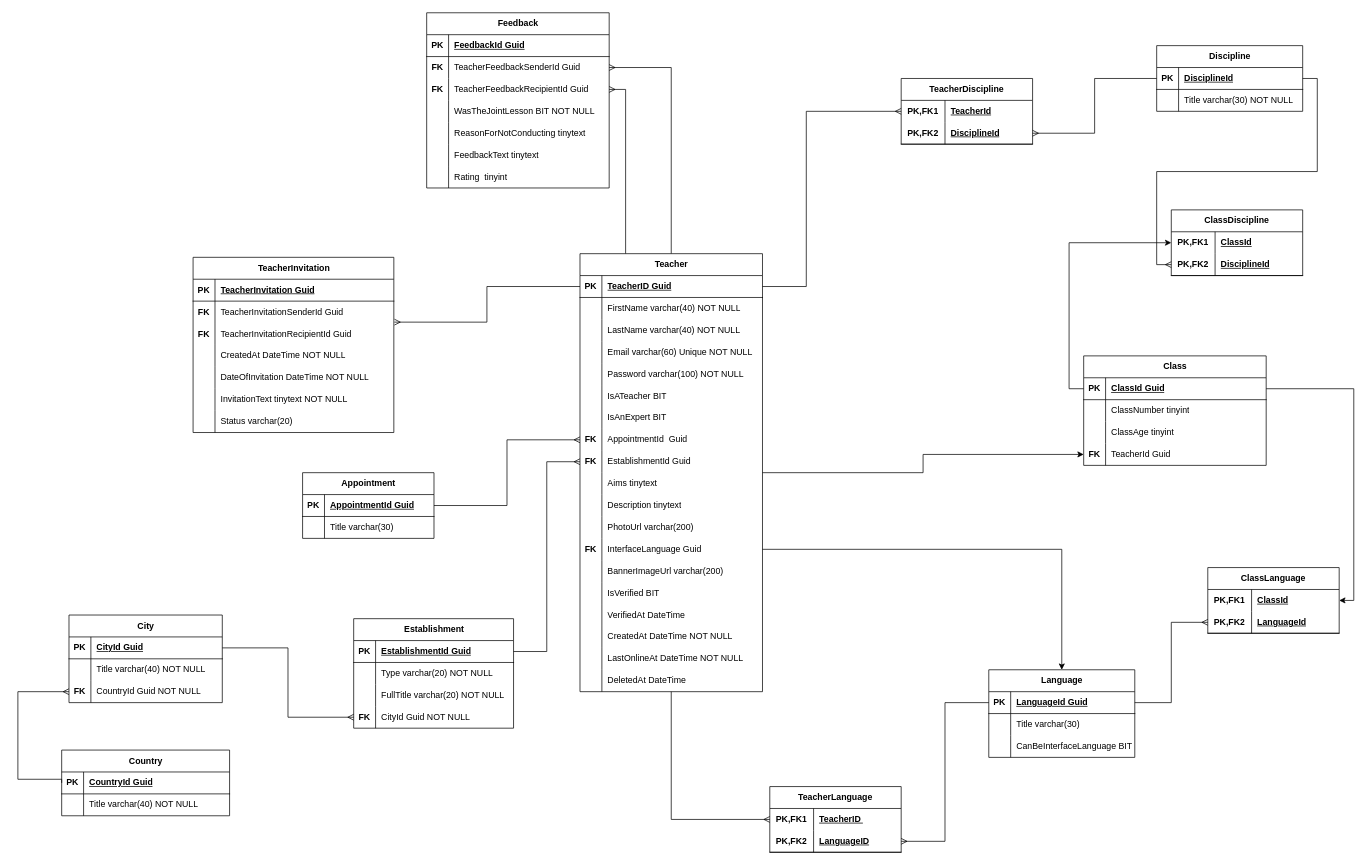
Earlier version of the draw.io diagram General provisions/диаграмма_сущностей.drawio (AlesBan/wonderworld). Source tidied: cells renumbered, new cells numbered last; positions are measured from the earlier drawing's top-left corner, leaving out a move shared by most shapes. Both pictures are drawn from the tidied source at 73%, with x=0, y=0 at pixel (18, 12).
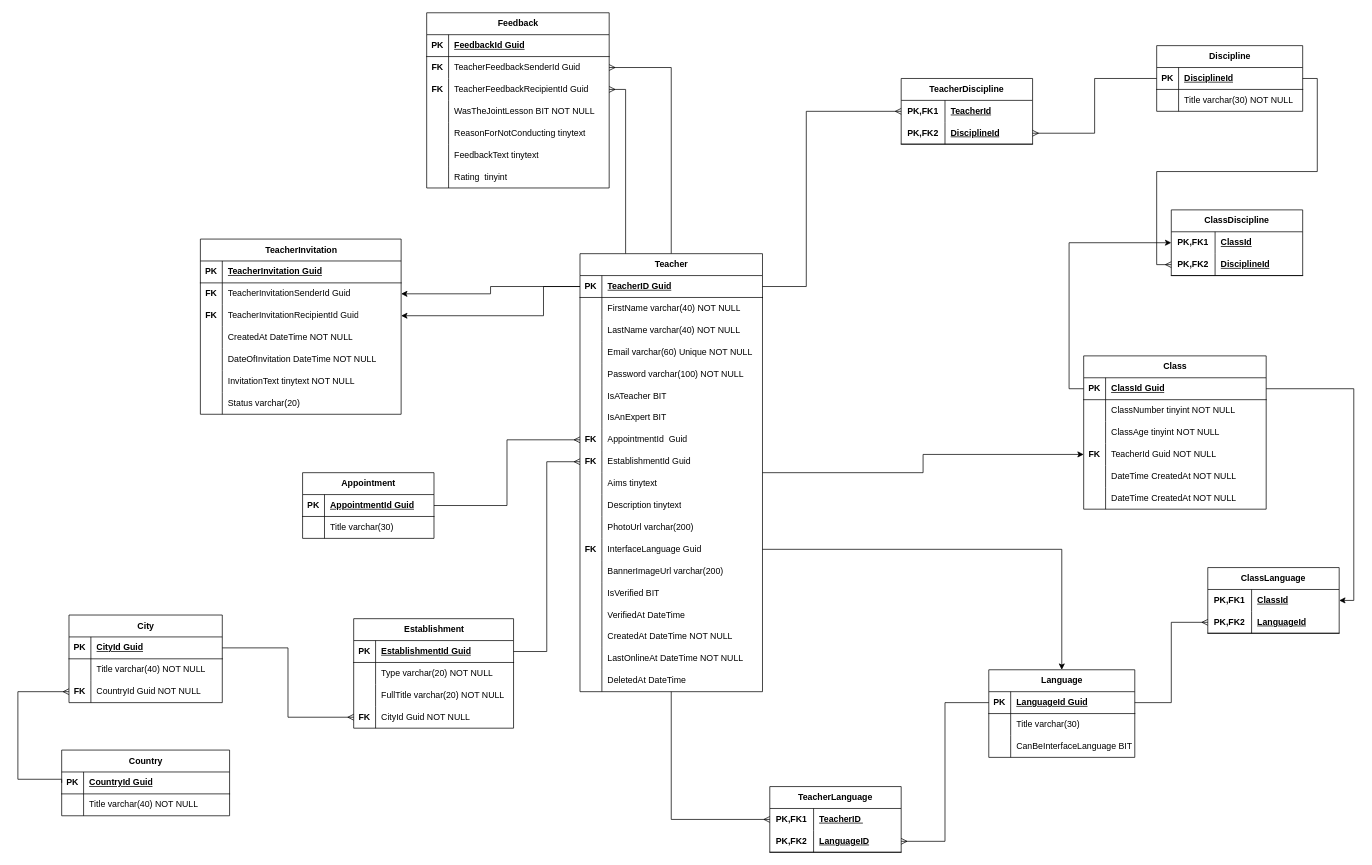
The same diagram, later.

The change refers to these unchanged cells:
```xml
<mxCell id="7" style="shape=tableRow;horizontal=0;startSize=0;swimlaneHead=0;swimlaneBody=0;fillColor=none;points=[[0,0.5],[1,0.5]];portConstraint=eastwest;top=0;left=0;right=0;bottom=1;strokeWidth=1;" parent="6" vertex="1">
  <mxGeometry y="30" width="250" height="30" as="geometry" />
</mxCell>
<mxCell id="68" style="shape=tableRow;horizontal=0;startSize=0;swimlaneHead=0;swimlaneBody=0;fillColor=none;top=0;left=0;right=0;bottom=0;strokeWidth=1;" parent="64" vertex="1">
  <mxGeometry y="60" width="250" height="30" as="geometry" />
</mxCell>
<mxCell id="71" style="shape=tableRow;horizontal=0;startSize=0;swimlaneHead=0;swimlaneBody=0;fillColor=none;top=0;left=0;right=0;bottom=0;strokeWidth=1;" parent="64" vertex="1">
  <mxGeometry y="90" width="250" height="30" as="geometry" />
</mxCell>
<mxCell id="74" style="shape=tableRow;horizontal=0;startSize=0;swimlaneHead=0;swimlaneBody=0;fillColor=none;points=[[0,0.5],[1,0.5]];portConstraint=eastwest;top=0;left=0;right=0;bottom=0;strokeWidth=1;" parent="64" vertex="1">
  <mxGeometry y="120" width="250" height="30" as="geometry" />
</mxCell>
<mxCell id="195" style="shape=tableRow;horizontal=0;startSize=0;swimlaneHead=0;swimlaneBody=0;fillColor=none;points=[[0,0.5],[1,0.5]];portConstraint=eastwest;top=0;left=0;right=0;bottom=0;" parent="191" vertex="1">
  <mxGeometry y="60" width="275" height="30" as="geometry" />
</mxCell>
<mxCell id="198" style="shape=tableRow;horizontal=0;startSize=0;swimlaneHead=0;swimlaneBody=0;fillColor=none;points=[[0,0.5],[1,0.5]];portConstraint=eastwest;top=0;left=0;right=0;bottom=0;" parent="191" vertex="1">
  <mxGeometry y="90" width="275" height="30" as="geometry" />
</mxCell>
```

Diff of the diagram source:
```diff
@@
     <mxCell id="64" value="Class" style="shape=table;startSize=30;childLayout=tableLayout;rowLines=0;fontStyle=1;align=center;html=1;strokeWidth=1;" parent="1" vertex="1">
-      <mxGeometry x="1460" y="470" width="250" height="150" as="geometry" />
+      <mxGeometry x="1460" y="470" width="250" height="210" as="geometry" />
     </mxCell>
@@
-    <mxCell id="70" value="ClassNumber tinyint" style="shape=partialRectangle;fillColor=none;top=0;left=0;bottom=0;right=0;align=left;spacingLeft=6;overflow=hidden;whiteSpace=wrap;html=1;strokeWidth=1;" parent="68" vertex="1">
+    <mxCell id="70" value="ClassNumber tinyint NOT NULL" style="shape=partialRectangle;fillColor=none;top=0;left=0;bottom=0;right=0;align=left;spacingLeft=6;overflow=hidden;whiteSpace=wrap;html=1;strokeWidth=1;" parent="68" vertex="1">
       <mxGeometry x="30" width="220" height="30" as="geometry" />
     </mxCell>
@@
-    <mxCell id="73" value="ClassAge tinyint" style="shape=partialRectangle;fillColor=none;top=0;left=0;bottom=0;right=0;align=left;spacingLeft=6;overflow=hidden;whiteSpace=wrap;html=1;strokeWidth=1;" parent="71" vertex="1">
+    <mxCell id="73" value="ClassAge tinyint NOT NULL" style="shape=partialRectangle;fillColor=none;top=0;left=0;bottom=0;right=0;align=left;spacingLeft=6;overflow=hidden;whiteSpace=wrap;html=1;strokeWidth=1;" parent="71" vertex="1">
       <mxGeometry x="30" width="220" height="30" as="geometry" />
     </mxCell>
@@
-    <mxCell id="76" value="TeacherId Guid" style="shape=partialRectangle;fillColor=none;top=0;left=0;bottom=0;right=0;align=left;spacingLeft=6;overflow=hidden;whiteSpace=wrap;html=1;strokeWidth=1;" parent="74" vertex="1">
+    <mxCell id="76" value="TeacherId Guid NOT NULL" style="shape=partialRectangle;fillColor=none;top=0;left=0;bottom=0;right=0;align=left;spacingLeft=6;overflow=hidden;whiteSpace=wrap;html=1;strokeWidth=1;" parent="74" vertex="1">
       <mxGeometry x="30" width="220" height="30" as="geometry" />
     </mxCell>
+    <mxCell id="216" style="shape=tableRow;horizontal=0;startSize=0;swimlaneHead=0;swimlaneBody=0;fillColor=none;top=0;left=0;right=0;bottom=0;strokeWidth=1;" parent="64" vertex="1">
+      <mxGeometry y="150" width="250" height="30" as="geometry" />
+    </mxCell>
+    <mxCell id="217" style="shape=partialRectangle;fillColor=none;top=0;left=0;bottom=0;right=0;overflow=hidden;whiteSpace=wrap;html=1;strokeWidth=1;" parent="216" vertex="1">
+      <mxGeometry width="30" height="30" as="geometry" />
+    </mxCell>
+    <mxCell id="218" value="DateTime CreatedAt NOT NULL" style="shape=partialRectangle;fillColor=none;top=0;left=0;bottom=0;right=0;align=left;spacingLeft=6;overflow=hidden;whiteSpace=wrap;html=1;strokeWidth=1;" parent="216" vertex="1">
+      <mxGeometry x="30" width="220" height="30" as="geometry" />
+    </mxCell>
+    <mxCell id="219" style="shape=tableRow;horizontal=0;startSize=0;swimlaneHead=0;swimlaneBody=0;fillColor=none;top=0;left=0;right=0;bottom=0;strokeWidth=1;" parent="64" vertex="1">
+      <mxGeometry y="180" width="250" height="30" as="geometry" />
+    </mxCell>
+    <mxCell id="220" style="shape=partialRectangle;fillColor=none;top=0;left=0;bottom=0;right=0;overflow=hidden;whiteSpace=wrap;html=1;strokeWidth=1;" parent="219" vertex="1">
+      <mxGeometry width="30" height="30" as="geometry" />
+    </mxCell>
+    <mxCell id="221" value="DateTime CreatedAt NOT NULL" style="shape=partialRectangle;fillColor=none;top=0;left=0;bottom=0;right=0;align=left;spacingLeft=6;overflow=hidden;whiteSpace=wrap;html=1;strokeWidth=1;" parent="219" vertex="1">
+      <mxGeometry x="30" width="220" height="30" as="geometry" />
+    </mxCell>
@@
-    <mxCell id="159" style="edgeStyle=orthogonalEdgeStyle;rounded=0;jettySize=auto;html=1;endArrow=ERmany;endFill=0;entryX=1.003;entryY=-0.041;entryDx=0;entryDy=0;entryPerimeter=0;" parent="1" edge="1" source="7" target="198">
-      <mxGeometry relative="1" as="geometry" />
-    </mxCell>
@@
     <mxCell id="191" value="TeacherInvitation" style="shape=table;startSize=30;childLayout=tableLayout;rowLines=0;fontStyle=1;align=center;html=1;" parent="1" vertex="1">
-      <mxGeometry x="240" y="335" width="275" height="240" as="geometry" />
+      <mxGeometry x="250" y="310" width="275" height="240" as="geometry" />
     </mxCell>
@@
+    <mxCell id="222" style="edgeStyle=orthogonalEdgeStyle;rounded=0;jettySize=auto;html=1;entryX=1;entryY=0.5;entryDx=0;entryDy=0;" parent="1" edge="1" source="7" target="195">
+      <mxGeometry relative="1" as="geometry" />
+    </mxCell>
+    <mxCell id="159" style="edgeStyle=orthogonalEdgeStyle;rounded=0;jettySize=auto;html=1;exitX=0;exitY=0.5;exitDx=0;exitDy=0;entryX=1;entryY=0.5;entryDx=0;entryDy=0;" parent="1" edge="1" source="7" target="198">
+      <mxGeometry relative="1" as="geometry">
+        <Array as="points">
+          <mxPoint x="720" y="375" />
+          <mxPoint x="720" y="415" />
+        </Array>
+      </mxGeometry>
+    </mxCell>
```
